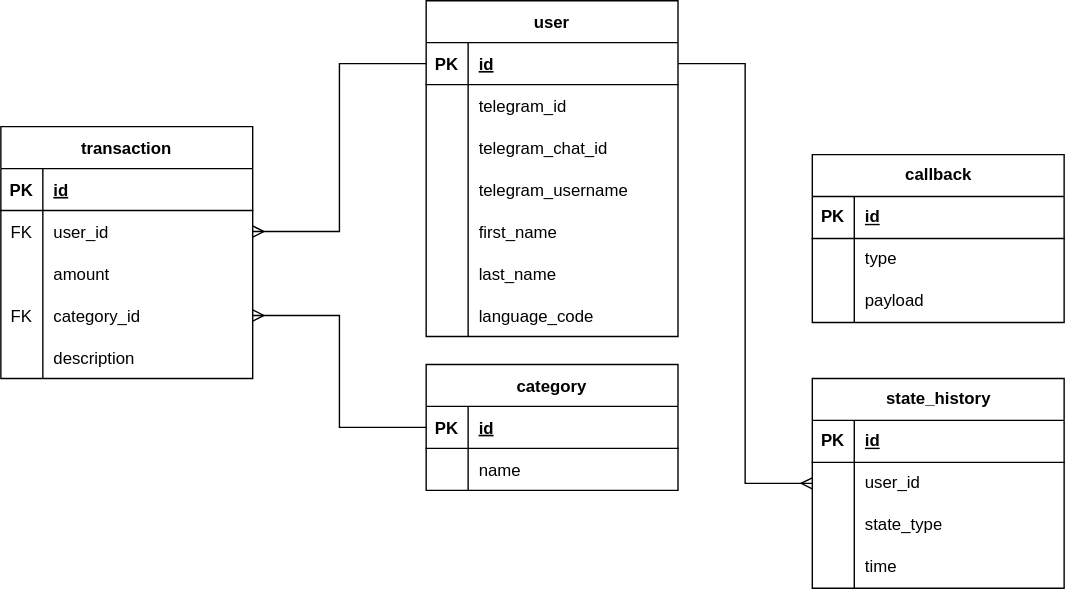
msemitkin/financie keeps this draw.io diagram as database-diagram.drawio.svg. Above is the earlier version. Source tidied: cells renumbered, new cells last; positions are measured from the earlier drawing's top-left corner, leaving out a move shared by most shapes.
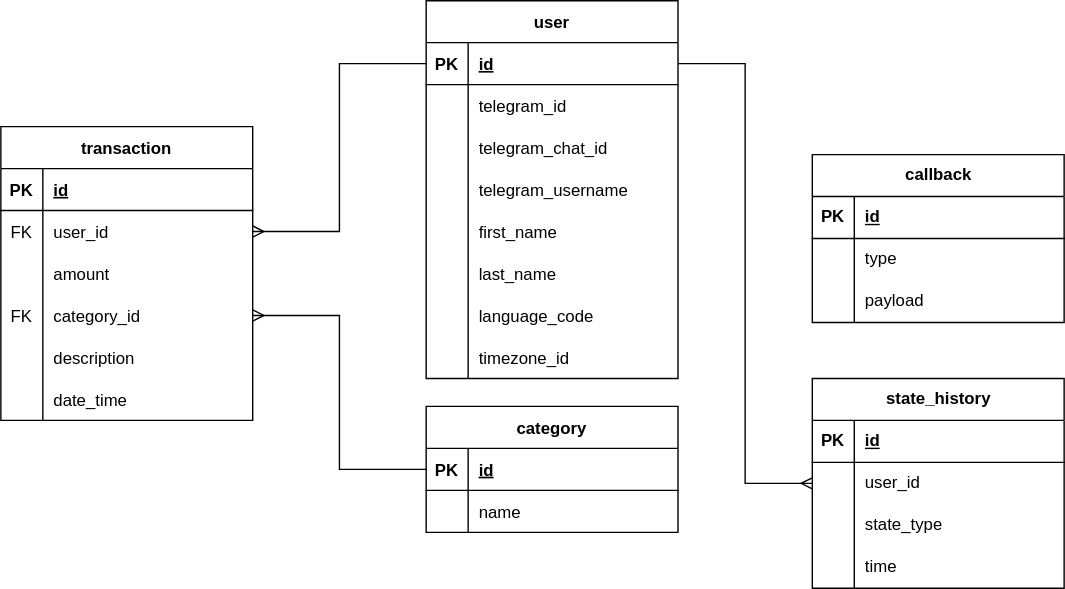
Later version of the same file.

Commit message:
actualize database diagram

The edit, as a diff of the source:
```diff
@@ -3,7 +3,7 @@
     <mxCell id="0" />
     <mxCell id="1" parent="0" />
     <mxCell id="2" value="transaction" style="shape=table;startSize=30;rowLines=0;fontStyle=1;align=center;" parent="1" vertex="1">
-      <mxGeometry y="90" width="180" height="180" as="geometry" />
+      <mxGeometry y="90" width="180" height="210" as="geometry" />
     </mxCell>
     <mxCell id="3" style="shape=tableRow;horizontal=0;startSize=0;swimlaneHead=0;swimlaneBody=0;fillColor=none;top=0;left=0;right=0;bottom=1;" parent="2" vertex="1">
       <mxGeometry y="30" width="180" height="30" as="geometry" />
@@ -50,8 +50,17 @@
     <mxCell id="17" value="description" style="shape=partialRectangle;fillColor=none;top=0;left=0;bottom=0;right=0;align=left;spacingLeft=6;overflow=hidden;" parent="15" vertex="1">
       <mxGeometry x="30" width="150" height="30" as="geometry" />
     </mxCell>
+    <mxCell id="73" style="shape=tableRow;horizontal=0;startSize=0;swimlaneHead=0;swimlaneBody=0;fillColor=none;top=0;left=0;right=0;bottom=0;" parent="2" vertex="1">
+      <mxGeometry y="180" width="180" height="30" as="geometry" />
+    </mxCell>
+    <mxCell id="74" style="shape=partialRectangle;fillColor=none;top=0;left=0;bottom=0;right=0;overflow=hidden;" parent="73" vertex="1">
+      <mxGeometry width="30" height="30" as="geometry" />
+    </mxCell>
+    <mxCell id="75" value="date_time" style="shape=partialRectangle;fillColor=none;top=0;left=0;bottom=0;right=0;align=left;spacingLeft=6;overflow=hidden;" parent="73" vertex="1">
+      <mxGeometry x="30" width="150" height="30" as="geometry" />
+    </mxCell>
     <mxCell id="18" value="category" style="shape=table;startSize=30;rowLines=0;fontStyle=1;align=center;" parent="1" vertex="1">
-      <mxGeometry x="304" y="260" width="180" height="90" as="geometry" />
+      <mxGeometry x="304" y="290" width="180" height="90" as="geometry" />
     </mxCell>
     <mxCell id="19" style="shape=tableRow;horizontal=0;startSize=0;swimlaneHead=0;swimlaneBody=0;fillColor=none;points=[[0,0.5],[1,0.5]];portConstraint=eastwest;top=0;left=0;right=0;bottom=1;" parent="18" vertex="1">
       <mxGeometry y="30" width="180" height="30" as="geometry" />
@@ -72,7 +81,7 @@
       <mxGeometry x="30" width="150" height="30" as="geometry" />
     </mxCell>
     <mxCell id="25" value="user" style="shape=table;startSize=30;rowLines=0;fontStyle=1;align=center;" parent="1" vertex="1">
-      <mxGeometry x="304" width="180" height="240" as="geometry" />
+      <mxGeometry x="304" width="180" height="270" as="geometry" />
     </mxCell>
     <mxCell id="26" style="shape=tableRow;horizontal=0;startSize=0;swimlaneHead=0;swimlaneBody=0;fillColor=none;points=[[0,0.5],[1,0.5]];portConstraint=eastwest;top=0;left=0;right=0;bottom=1;" parent="25" vertex="1">
       <mxGeometry y="30" width="180" height="30" as="geometry" />
@@ -137,6 +146,15 @@
     <mxCell id="46" value="language_code" style="shape=partialRectangle;fillColor=none;top=0;left=0;bottom=0;right=0;align=left;spacingLeft=6;overflow=hidden;" parent="44" vertex="1">
       <mxGeometry x="30" width="150" height="30" as="geometry" />
     </mxCell>
+    <mxCell id="76" style="shape=tableRow;horizontal=0;startSize=0;swimlaneHead=0;swimlaneBody=0;fillColor=none;top=0;left=0;right=0;bottom=0;" parent="25" vertex="1">
+      <mxGeometry y="240" width="180" height="30" as="geometry" />
+    </mxCell>
+    <mxCell id="77" style="shape=partialRectangle;fillColor=none;top=0;left=0;bottom=0;right=0;overflow=hidden;" parent="76" vertex="1">
+      <mxGeometry width="30" height="30" as="geometry" />
+    </mxCell>
+    <mxCell id="78" value="timezone_id" style="shape=partialRectangle;fillColor=none;top=0;left=0;bottom=0;right=0;align=left;spacingLeft=6;overflow=hidden;" parent="76" vertex="1">
+      <mxGeometry x="30" width="150" height="30" as="geometry" />
+    </mxCell>
     <mxCell id="47" value="callback" style="shape=table;startSize=30;rowLines=0;fontStyle=1;align=center;html=1;" parent="1" vertex="1">
       <mxGeometry x="580" y="110" width="180" height="120" as="geometry" />
     </mxCell>
```
